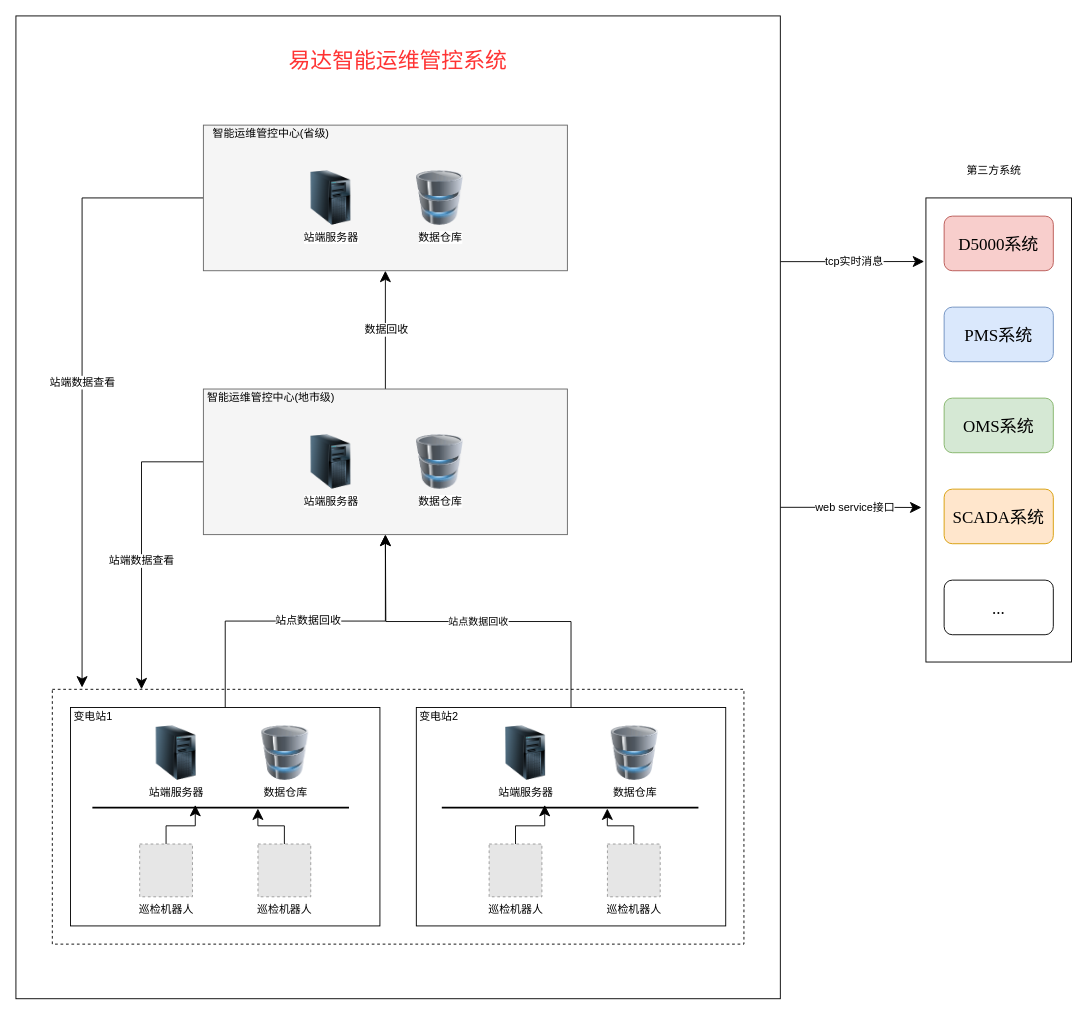
Before: 易达智慧运维平台系统架构图.drawio in wangyufei0807/draw, a draw.io diagram. Source tidied: cells renumbered, new cells numbered last; positions are measured from the earlier drawing's top-left corner, leaving out a move shared by most shapes. Both pictures are drawn from the tidied source at 91%, with x=0, y=0 at pixel (15, 15). Pictures stored in the file or linked from it are replaced by grey dashed boxes.
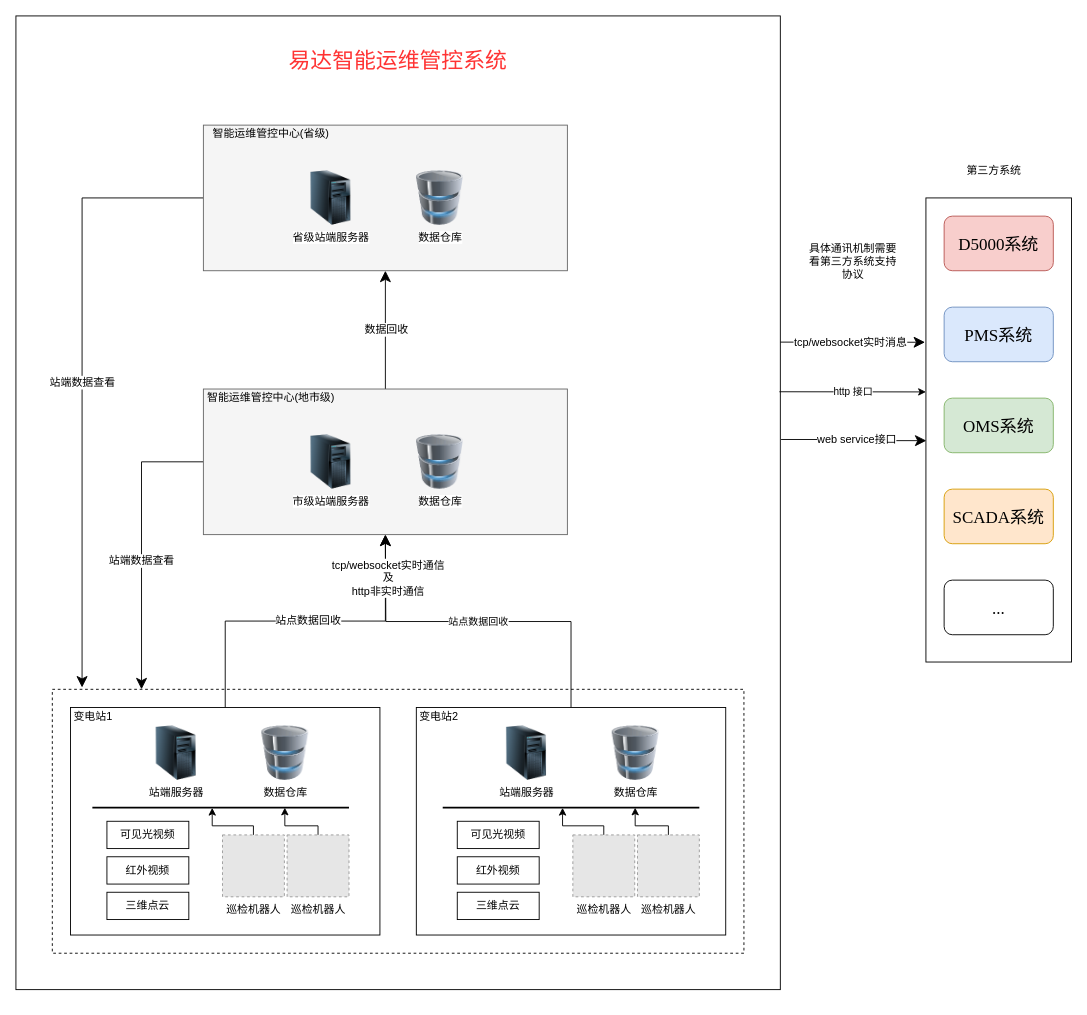
Above is the later version.

Commit message:
更新易达智慧运维平台系统架构图.drawio

The change refers to these unchanged cells:
```xml
<mxCell id="11" value="站点数据回收" style="edgeStyle=orthogonalEdgeStyle;rounded=0;jettySize=auto;html=1;exitX=0.5;exitY=0;exitDx=0;exitDy=0;endSize=10;targetPerimeterSpacing=0;" parent="1" edge="1" source="12">
  <mxGeometry relative="1" as="geometry">
    <mxPoint x="406" y="570" as="targetPoint" />
  </mxGeometry>
</mxCell>
<mxCell id="19" style="line;strokeWidth=2;html=1;" parent="1" vertex="1">
  <mxGeometry x="84" y="865" width="282" height="10" as="geometry" />
</mxCell>
<mxCell id="43" style="rounded=0;whiteSpace=wrap;html=1;fontSize=24;fontColor=#FF3333;" parent="1" vertex="1">
  <mxGeometry x="1000" y="200" width="160" height="510" as="geometry" />
</mxCell>
```

What changed in the source:
```diff
@@
-    <mxCell id="2" style="edgeStyle=orthogonalEdgeStyle;rounded=0;jettySize=auto;html=1;exitX=1;exitY=0.5;exitDx=0;exitDy=0;entryX=-0.031;entryY=0.667;entryDx=0;entryDy=0;entryPerimeter=0;endSize=10;targetPerimeterSpacing=0;fontSize=24;fontColor=#FF3333;" parent="1" edge="1" source="6" target="43">
+    <mxCell id="2" style="edgeStyle=orthogonalEdgeStyle;rounded=0;jettySize=auto;html=1;exitX=1.001;exitY=0.435;exitDx=0;exitDy=0;endSize=10;targetPerimeterSpacing=0;fontSize=24;fontColor=#FF3333;exitPerimeter=0;entryX=0.003;entryY=0.523;entryDx=0;entryDy=0;entryPerimeter=0;" parent="1" edge="1" source="6" target="43">
       <mxGeometry relative="1" as="geometry" />
     </mxCell>
     <mxCell id="3" value="web service接口" style="text;html=1;align=center;verticalAlign=middle;labelBackgroundColor=#ffffff;fontSize=12;fontColor=#000000;" parent="2" vertex="1">
       <mxGeometry x="0.05" y="-1" relative="1" as="geometry">
-        <mxPoint y="-1.2" as="offset" />
+        <mxPoint x="-0.6" y="-2" as="offset" />
       </mxGeometry>
     </mxCell>
-    <mxCell id="4" style="edgeStyle=orthogonalEdgeStyle;rounded=0;jettySize=auto;html=1;exitX=1;exitY=0.25;exitDx=0;exitDy=0;entryX=-0.012;entryY=0.137;entryDx=0;entryDy=0;entryPerimeter=0;endSize=10;targetPerimeterSpacing=0;fontSize=12;fontColor=#000000;" parent="1" edge="1" source="6" target="43">
+    <mxCell id="4" style="edgeStyle=orthogonalEdgeStyle;rounded=0;jettySize=auto;html=1;entryX=-0.006;entryY=0.311;entryDx=0;entryDy=0;entryPerimeter=0;endSize=10;targetPerimeterSpacing=0;fontSize=12;fontColor=#000000;exitX=0.999;exitY=0.335;exitDx=0;exitDy=0;exitPerimeter=0;" parent="1" edge="1" source="6" target="43">
       <mxGeometry relative="1" as="geometry" />
     </mxCell>
-    <mxCell id="5" value="tcp实时消息" style="text;html=1;align=center;verticalAlign=middle;labelBackgroundColor=#ffffff;fontSize=12;fontColor=#000000;" parent="4" vertex="1">
-      <mxGeometry x="0.02" relative="1" as="geometry" />
+    <mxCell id="5" value="tcp/websocket实时消息" style="text;html=1;align=center;verticalAlign=middle;labelBackgroundColor=#ffffff;fontSize=12;fontColor=#000000;" parent="4" vertex="1">
+      <mxGeometry x="0.02" relative="1" as="geometry">
+        <mxPoint x="-5" as="offset" />
+      </mxGeometry>
     </mxCell>
     <mxCell id="6" style="rounded=0;whiteSpace=wrap;html=1;" parent="1" vertex="1">
-      <mxGeometry width="840" height="1080" as="geometry" />
+      <mxGeometry width="840" height="1070" as="geometry" />
     </mxCell>
     <mxCell id="7" style="rounded=0;whiteSpace=wrap;html=1;dashed=1;" parent="1" vertex="1">
-      <mxGeometry x="40" y="740" width="760" height="280" as="geometry" />
+      <mxGeometry x="40" y="740" width="760" height="290" as="geometry" />
     </mxCell>
@@
     <mxCell id="10" style="rounded=0;whiteSpace=wrap;html=1;" parent="1" vertex="1">
-      <mxGeometry x="60" y="760" width="340" height="240" as="geometry" />
+      <mxGeometry x="60" y="760" width="340" height="250" as="geometry" />
     </mxCell>
@@
+    <mxCell id="50" value="tcp/websocket实时通信&lt;br&gt;及&lt;br&gt;http非实时通信" style="text;html=1;align=center;verticalAlign=middle;labelBackgroundColor=#ffffff;" parent="11" vertex="1">
+      <mxGeometry x="0.76" y="-2" relative="1" as="geometry" />
+    </mxCell>
     <mxCell id="12" style="rounded=0;whiteSpace=wrap;html=1;" parent="1" vertex="1">
-      <mxGeometry x="440" y="760" width="340" height="240" as="geometry" />
+      <mxGeometry x="440" y="760" width="340" height="250" as="geometry" />
     </mxCell>
@@
-    <mxCell id="15" style="edgeStyle=orthogonalEdgeStyle;rounded=0;jettySize=auto;html=1;exitX=0.5;exitY=0;exitDx=0;exitDy=0;entryX=0.401;entryY=0.2;entryDx=0;entryDy=0;entryPerimeter=0;endSize=10;targetPerimeterSpacing=0;" parent="1" edge="1" source="16" target="19">
-      <mxGeometry relative="1" as="geometry" />
-    </mxCell>
-    <mxCell id="16" value="巡检机器人" style="fillColor=#E6E6E6;strokeColor=#999999;dashed=1;html=1;verticalAlign=top;verticalLabelPosition=bottom;labelBackgroundColor=#ffffff;" parent="1" vertex="1">
-      <mxGeometry x="136" y="910" width="58" height="58" as="geometry" />
-    </mxCell>
-    <mxCell id="17" style="edgeStyle=orthogonalEdgeStyle;rounded=0;jettySize=auto;html=1;exitX=0.5;exitY=0;exitDx=0;exitDy=0;entryX=0.645;entryY=0.6;entryDx=0;entryDy=0;entryPerimeter=0;endSize=10;targetPerimeterSpacing=0;" parent="1" edge="1" source="18" target="19">
+    <mxCell id="17" style="edgeStyle=orthogonalEdgeStyle;rounded=0;jettySize=auto;html=1;exitX=0.5;exitY=0;exitDx=0;exitDy=0;entryX=0.467;entryY=0.524;entryDx=0;entryDy=0;entryPerimeter=0;" parent="1" edge="1" source="18" target="19">
       <mxGeometry relative="1" as="geometry">
         <Array as="points">
-          <mxPoint x="295" y="890" />
-          <mxPoint x="266" y="890" />
+          <mxPoint x="261" y="890" />
+          <mxPoint x="216" y="890" />
         </Array>
       </mxGeometry>
     </mxCell>
     <mxCell id="18" value="巡检机器人" style="fillColor=#E6E6E6;strokeColor=#999999;dashed=1;html=1;verticalAlign=top;verticalLabelPosition=bottom;labelBackgroundColor=#ffffff;" parent="1" vertex="1">
-      <mxGeometry x="266" y="910" width="58" height="58" as="geometry" />
+      <mxGeometry x="227" y="900" width="68" height="68" as="geometry" />
     </mxCell>
@@
-    <mxCell id="22" style="edgeStyle=orthogonalEdgeStyle;rounded=0;jettySize=auto;html=1;exitX=0.5;exitY=0;exitDx=0;exitDy=0;entryX=0.401;entryY=0.2;entryDx=0;entryDy=0;entryPerimeter=0;endSize=10;targetPerimeterSpacing=0;" parent="1" edge="1" source="23" target="26">
-      <mxGeometry relative="1" as="geometry" />
-    </mxCell>
-    <mxCell id="23" value="巡检机器人" style="fillColor=#E6E6E6;strokeColor=#999999;dashed=1;html=1;verticalAlign=top;verticalLabelPosition=bottom;labelBackgroundColor=#ffffff;" parent="1" vertex="1">
-      <mxGeometry x="520" y="910" width="58" height="58" as="geometry" />
-    </mxCell>
-    <mxCell id="24" style="edgeStyle=orthogonalEdgeStyle;rounded=0;jettySize=auto;html=1;exitX=0.5;exitY=0;exitDx=0;exitDy=0;entryX=0.645;entryY=0.6;entryDx=0;entryDy=0;entryPerimeter=0;endSize=10;targetPerimeterSpacing=0;" parent="1" edge="1" source="25" target="26">
-      <mxGeometry relative="1" as="geometry">
-        <Array as="points">
-          <mxPoint x="679" y="890" />
-          <mxPoint x="650" y="890" />
-        </Array>
-      </mxGeometry>
-    </mxCell>
-    <mxCell id="25" value="巡检机器人" style="fillColor=#E6E6E6;strokeColor=#999999;dashed=1;html=1;verticalAlign=top;verticalLabelPosition=bottom;labelBackgroundColor=#ffffff;" parent="1" vertex="1">
-      <mxGeometry x="650" y="910" width="58" height="58" as="geometry" />
-    </mxCell>
-    <mxCell id="26" style="line;strokeWidth=2;html=1;" parent="1" vertex="1">
-      <mxGeometry x="468" y="865" width="282" height="10" as="geometry" />
-    </mxCell>
-    <mxCell id="27" value="站端服务器" style="image;html=1;labelBackgroundColor=#ffffff;image=img/lib/clip_art/computers/Server_Tower_128x128.png;dashed=1;" parent="1" vertex="1">
-      <mxGeometry x="530" y="780" width="60" height="60" as="geometry" />
-    </mxCell>
-    <mxCell id="28" value="数据仓库" style="image;html=1;labelBackgroundColor=#ffffff;image=img/lib/clip_art/computers/Database_128x128.png;" parent="1" vertex="1">
-      <mxGeometry x="650" y="780" width="60" height="60" as="geometry" />
-    </mxCell>
@@
-    <mxCell id="35" value="站端服务器" style="image;html=1;labelBackgroundColor=#ffffff;image=img/lib/clip_art/computers/Server_Tower_128x128.png;dashed=1;" parent="1" vertex="1">
+    <mxCell id="35" value="市级站端服务器" style="image;html=1;labelBackgroundColor=#ffffff;image=img/lib/clip_art/computers/Server_Tower_128x128.png;dashed=1;" parent="1" vertex="1">
       <mxGeometry x="316" y="460" width="60" height="60" as="geometry" />
     </mxCell>
@@
-    <mxCell id="40" value="站端服务器" style="image;html=1;labelBackgroundColor=#ffffff;image=img/lib/clip_art/computers/Server_Tower_128x128.png;dashed=1;" parent="1" vertex="1">
+    <mxCell id="40" value="省级站端服务器" style="image;html=1;labelBackgroundColor=#ffffff;image=img/lib/clip_art/computers/Server_Tower_128x128.png;dashed=1;" parent="1" vertex="1">
       <mxGeometry x="316" y="170" width="60" height="60" as="geometry" />
     </mxCell>
@@
+    <mxCell id="51" value="http 接口" style="endArrow=classic;html=1;entryX=0;entryY=0.418;entryDx=0;entryDy=0;entryPerimeter=0;" parent="1" edge="1" target="43">
+      <mxGeometry relative="1" as="geometry">
+        <mxPoint x="839" y="413" as="sourcePoint" />
+      </mxGeometry>
+    </mxCell>
+    <mxCell id="52" style="group;" parent="1" vertex="1">
+      <mxGeometry x="100" y="885" width="90" height="30" as="geometry" />
+    </mxCell>
+    <mxCell id="53" value="可见光视频" style="html=1;whiteSpace=wrap;" parent="52" vertex="1">
+      <mxGeometry width="90" height="30" as="geometry" />
+    </mxCell>
+    <mxCell id="54" style="group;" parent="1" vertex="1">
+      <mxGeometry x="100" y="924" width="90" height="30" as="geometry" />
+    </mxCell>
+    <mxCell id="55" value="红外视频" style="html=1;whiteSpace=wrap;" parent="54" vertex="1">
+      <mxGeometry width="90" height="30" as="geometry" />
+    </mxCell>
+    <mxCell id="56" style="group;" parent="1" vertex="1">
+      <mxGeometry x="100" y="963" width="90" height="30" as="geometry" />
+    </mxCell>
+    <mxCell id="57" value="三维点云" style="html=1;whiteSpace=wrap;" parent="56" vertex="1">
+      <mxGeometry width="90" height="30" as="geometry" />
+    </mxCell>
+    <mxCell id="58" style="edgeStyle=orthogonalEdgeStyle;rounded=0;jettySize=auto;html=1;exitX=0.5;exitY=0;exitDx=0;exitDy=0;entryX=0.75;entryY=0.5;entryDx=0;entryDy=0;entryPerimeter=0;" parent="1" edge="1" source="59" target="19">
+      <mxGeometry relative="1" as="geometry">
+        <Array as="points">
+          <mxPoint x="332" y="890" />
+          <mxPoint x="296" y="890" />
+        </Array>
+      </mxGeometry>
+    </mxCell>
+    <mxCell id="59" value="巡检机器人" style="fillColor=#E6E6E6;strokeColor=#999999;dashed=1;html=1;verticalAlign=top;verticalLabelPosition=bottom;labelBackgroundColor=#ffffff;" parent="1" vertex="1">
+      <mxGeometry x="298" y="900" width="68" height="68" as="geometry" />
+    </mxCell>
+    <mxCell id="60" style="edgeStyle=orthogonalEdgeStyle;rounded=0;jettySize=auto;html=1;exitX=0.5;exitY=0;exitDx=0;exitDy=0;entryX=0.467;entryY=0.524;entryDx=0;entryDy=0;entryPerimeter=0;" parent="1" edge="1" source="61" target="62">
+      <mxGeometry relative="1" as="geometry">
+        <Array as="points">
+          <mxPoint x="646" y="890" />
+          <mxPoint x="601" y="890" />
+        </Array>
+      </mxGeometry>
+    </mxCell>
+    <mxCell id="61" value="巡检机器人" style="fillColor=#E6E6E6;strokeColor=#999999;dashed=1;html=1;verticalAlign=top;verticalLabelPosition=bottom;labelBackgroundColor=#ffffff;" parent="1" vertex="1">
+      <mxGeometry x="612" y="900" width="68" height="68" as="geometry" />
+    </mxCell>
+    <mxCell id="62" style="line;strokeWidth=2;html=1;" parent="1" vertex="1">
+      <mxGeometry x="469" y="865" width="282" height="10" as="geometry" />
+    </mxCell>
+    <mxCell id="27" value="站端服务器" style="image;html=1;labelBackgroundColor=#ffffff;image=img/lib/clip_art/computers/Server_Tower_128x128.png;dashed=1;" parent="1" vertex="1">
+      <mxGeometry x="531" y="780" width="60" height="60" as="geometry" />
+    </mxCell>
+    <mxCell id="28" value="数据仓库" style="image;html=1;labelBackgroundColor=#ffffff;image=img/lib/clip_art/computers/Database_128x128.png;" parent="1" vertex="1">
+      <mxGeometry x="651" y="780" width="60" height="60" as="geometry" />
+    </mxCell>
+    <mxCell id="63" style="group;" parent="1" vertex="1">
+      <mxGeometry x="485" y="885" width="90" height="30" as="geometry" />
+    </mxCell>
+    <mxCell id="64" value="可见光视频" style="html=1;whiteSpace=wrap;" parent="63" vertex="1">
+      <mxGeometry width="90" height="30" as="geometry" />
+    </mxCell>
+    <mxCell id="65" style="group;" parent="1" vertex="1">
+      <mxGeometry x="485" y="924" width="90" height="30" as="geometry" />
+    </mxCell>
+    <mxCell id="66" value="红外视频" style="html=1;whiteSpace=wrap;" parent="65" vertex="1">
+      <mxGeometry width="90" height="30" as="geometry" />
+    </mxCell>
+    <mxCell id="67" style="group;" parent="1" vertex="1">
+      <mxGeometry x="485" y="963" width="90" height="30" as="geometry" />
+    </mxCell>
+    <mxCell id="68" value="三维点云" style="html=1;whiteSpace=wrap;" parent="67" vertex="1">
+      <mxGeometry width="90" height="30" as="geometry" />
+    </mxCell>
+    <mxCell id="69" style="edgeStyle=orthogonalEdgeStyle;rounded=0;jettySize=auto;html=1;exitX=0.5;exitY=0;exitDx=0;exitDy=0;entryX=0.75;entryY=0.5;entryDx=0;entryDy=0;entryPerimeter=0;" parent="1" edge="1" source="70" target="62">
+      <mxGeometry relative="1" as="geometry">
+        <Array as="points">
+          <mxPoint x="717" y="890" />
+          <mxPoint x="681" y="890" />
+        </Array>
+      </mxGeometry>
+    </mxCell>
+    <mxCell id="70" value="巡检机器人" style="fillColor=#E6E6E6;strokeColor=#999999;dashed=1;html=1;verticalAlign=top;verticalLabelPosition=bottom;labelBackgroundColor=#ffffff;" parent="1" vertex="1">
+      <mxGeometry x="683" y="900" width="68" height="68" as="geometry" />
+    </mxCell>
+    <mxCell id="71" value="具体通讯机制需要看第三方系统支持协议" style="text;html=1;strokeColor=none;fillColor=none;align=center;verticalAlign=middle;whiteSpace=wrap;rounded=0;" parent="1" vertex="1">
+      <mxGeometry x="870" y="260" width="100" height="20" as="geometry" />
+    </mxCell>
```
